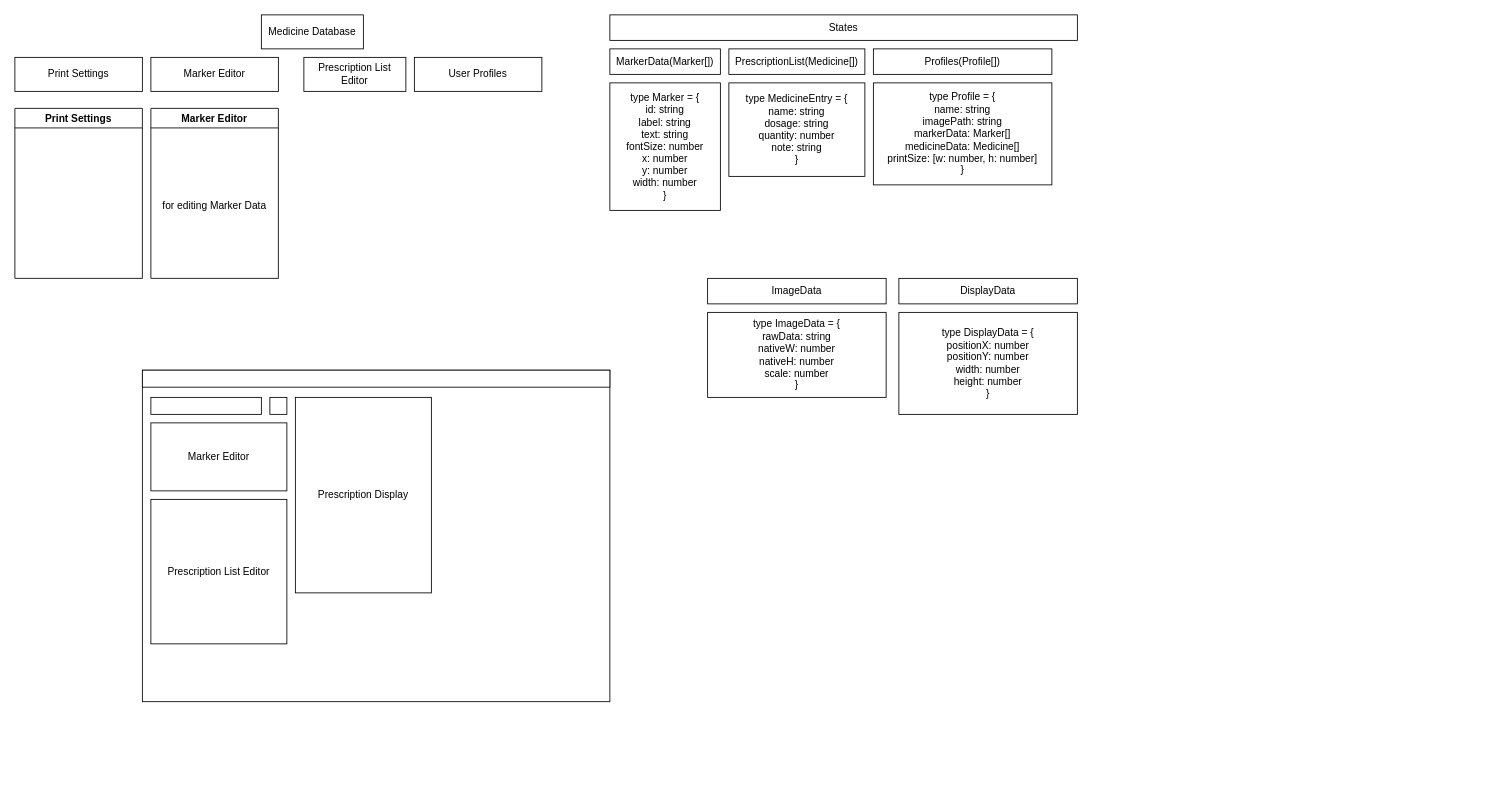
Before: page "Structure" (2 of 4) of flowchart.drawio in jogaleon/prescription-writing-react-ts, a draw.io diagram. Source tidied: cells renumbered, new cells numbered last; positions are measured from the earlier drawing's top-left corner, leaving out a move shared by most shapes. Both pictures are drawn from the tidied source at 85%, with x=0, y=0 at pixel (14, 14).
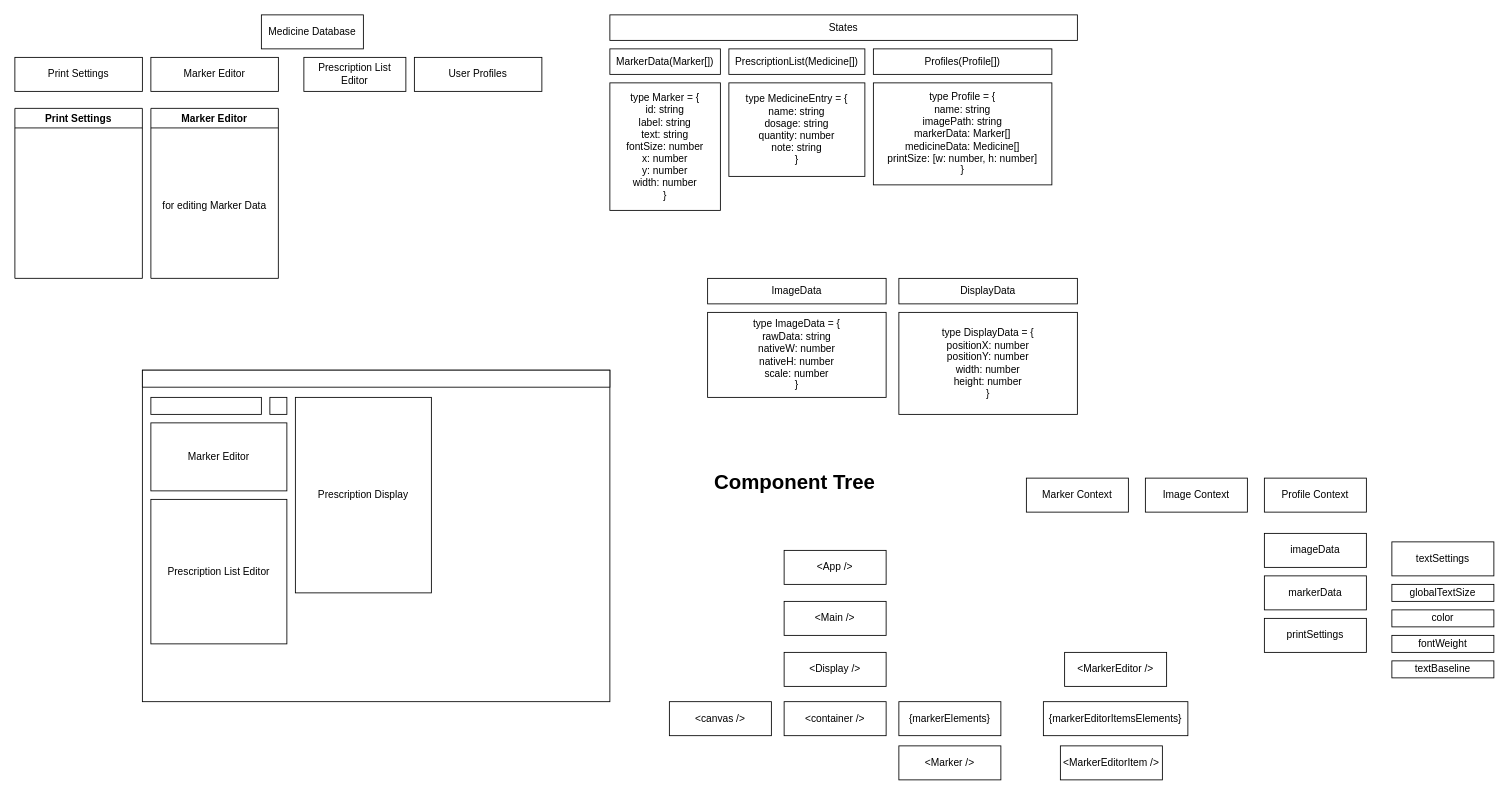
Above is the later version.

The edit, as a diff of the source:
```diff
@@
+    <mxCell id="28" value="&lt;h1&gt;Component Tree&lt;/h1&gt;" style="text;html=1;strokeColor=none;fillColor=none;spacing=5;spacingTop=-20;whiteSpace=wrap;overflow=hidden;rounded=0;" parent="1" vertex="1">
+      <mxGeometry x="817.5" y="530" width="315" height="120" as="geometry" />
+    </mxCell>
+    <mxCell id="29" value="&amp;lt;App /&amp;gt;" style="rounded=0;whiteSpace=wrap;html=1;" parent="1" vertex="1">
+      <mxGeometry x="905" y="630" width="120" height="40" as="geometry" />
+    </mxCell>
+    <mxCell id="30" value="&amp;lt;Main /&amp;gt;" style="rounded=0;whiteSpace=wrap;html=1;" parent="1" vertex="1">
+      <mxGeometry x="905" y="690" width="120" height="40" as="geometry" />
+    </mxCell>
+    <mxCell id="31" value="&amp;lt;Display /&amp;gt;" style="rounded=0;whiteSpace=wrap;html=1;" parent="1" vertex="1">
+      <mxGeometry x="905" y="750" width="120" height="40" as="geometry" />
+    </mxCell>
+    <mxCell id="32" value="&amp;lt;MarkerEditor /&amp;gt;" style="rounded=0;whiteSpace=wrap;html=1;" parent="1" vertex="1">
+      <mxGeometry x="1235" y="750" width="120" height="40" as="geometry" />
+    </mxCell>
+    <mxCell id="33" value="&amp;lt;canvas /&amp;gt;" style="rounded=0;whiteSpace=wrap;html=1;" parent="1" vertex="1">
+      <mxGeometry x="770" y="808" width="120" height="40" as="geometry" />
+    </mxCell>
+    <mxCell id="34" value="&amp;lt;container /&amp;gt;" style="rounded=0;whiteSpace=wrap;html=1;" parent="1" vertex="1">
+      <mxGeometry x="905" y="808" width="120" height="40" as="geometry" />
+    </mxCell>
+    <mxCell id="35" value="{markerElements}" style="rounded=0;whiteSpace=wrap;html=1;" parent="1" vertex="1">
+      <mxGeometry x="1040" y="808" width="120" height="40" as="geometry" />
+    </mxCell>
+    <mxCell id="36" value="&amp;lt;Marker /&amp;gt;" style="rounded=0;whiteSpace=wrap;html=1;" parent="1" vertex="1">
+      <mxGeometry x="1040" y="860" width="120" height="40" as="geometry" />
+    </mxCell>
+    <mxCell id="37" value="&amp;lt;MarkerEditorItem /&amp;gt;" style="rounded=0;whiteSpace=wrap;html=1;" parent="1" vertex="1">
+      <mxGeometry x="1230" y="860" width="120" height="40" as="geometry" />
+    </mxCell>
+    <mxCell id="38" value="{markerEditorItemsElements}" style="rounded=0;whiteSpace=wrap;html=1;" parent="1" vertex="1">
+      <mxGeometry x="1210" y="808" width="170" height="40" as="geometry" />
+    </mxCell>
+    <mxCell id="39" value="Marker Context" style="rounded=0;whiteSpace=wrap;html=1;" parent="1" vertex="1">
+      <mxGeometry x="1190" y="545" width="120" height="40" as="geometry" />
+    </mxCell>
+    <mxCell id="40" value="Image Context" style="rounded=0;whiteSpace=wrap;html=1;" parent="1" vertex="1">
+      <mxGeometry x="1330" y="545" width="120" height="40" as="geometry" />
+    </mxCell>
+    <mxCell id="41" value="Profile Context" style="rounded=0;whiteSpace=wrap;html=1;" parent="1" vertex="1">
+      <mxGeometry x="1470" y="545" width="120" height="40" as="geometry" />
+    </mxCell>
+    <mxCell id="42" value="imageData" style="rounded=0;whiteSpace=wrap;html=1;" parent="1" vertex="1">
+      <mxGeometry x="1470" y="610" width="120" height="40" as="geometry" />
+    </mxCell>
+    <mxCell id="43" value="markerData" style="rounded=0;whiteSpace=wrap;html=1;" parent="1" vertex="1">
+      <mxGeometry x="1470" y="660" width="120" height="40" as="geometry" />
+    </mxCell>
+    <mxCell id="44" value="textSettings" style="rounded=0;whiteSpace=wrap;html=1;" parent="1" vertex="1">
+      <mxGeometry x="1620" y="620" width="120" height="40" as="geometry" />
+    </mxCell>
+    <mxCell id="45" value="printSettings" style="rounded=0;whiteSpace=wrap;html=1;" parent="1" vertex="1">
+      <mxGeometry x="1470" y="710" width="120" height="40" as="geometry" />
+    </mxCell>
+    <mxCell id="46" value="textBaseline" style="rounded=0;whiteSpace=wrap;html=1;" parent="1" vertex="1">
+      <mxGeometry x="1620" y="760" width="120" height="20" as="geometry" />
+    </mxCell>
+    <mxCell id="47" value="globalTextSize" style="rounded=0;whiteSpace=wrap;html=1;" parent="1" vertex="1">
+      <mxGeometry x="1620" y="670" width="120" height="20" as="geometry" />
+    </mxCell>
+    <mxCell id="48" value="color" style="rounded=0;whiteSpace=wrap;html=1;" parent="1" vertex="1">
+      <mxGeometry x="1620" y="700" width="120" height="20" as="geometry" />
+    </mxCell>
+    <mxCell id="49" value="fontWeight" style="rounded=0;whiteSpace=wrap;html=1;" parent="1" vertex="1">
+      <mxGeometry x="1620" y="730" width="120" height="20" as="geometry" />
+    </mxCell>
```
